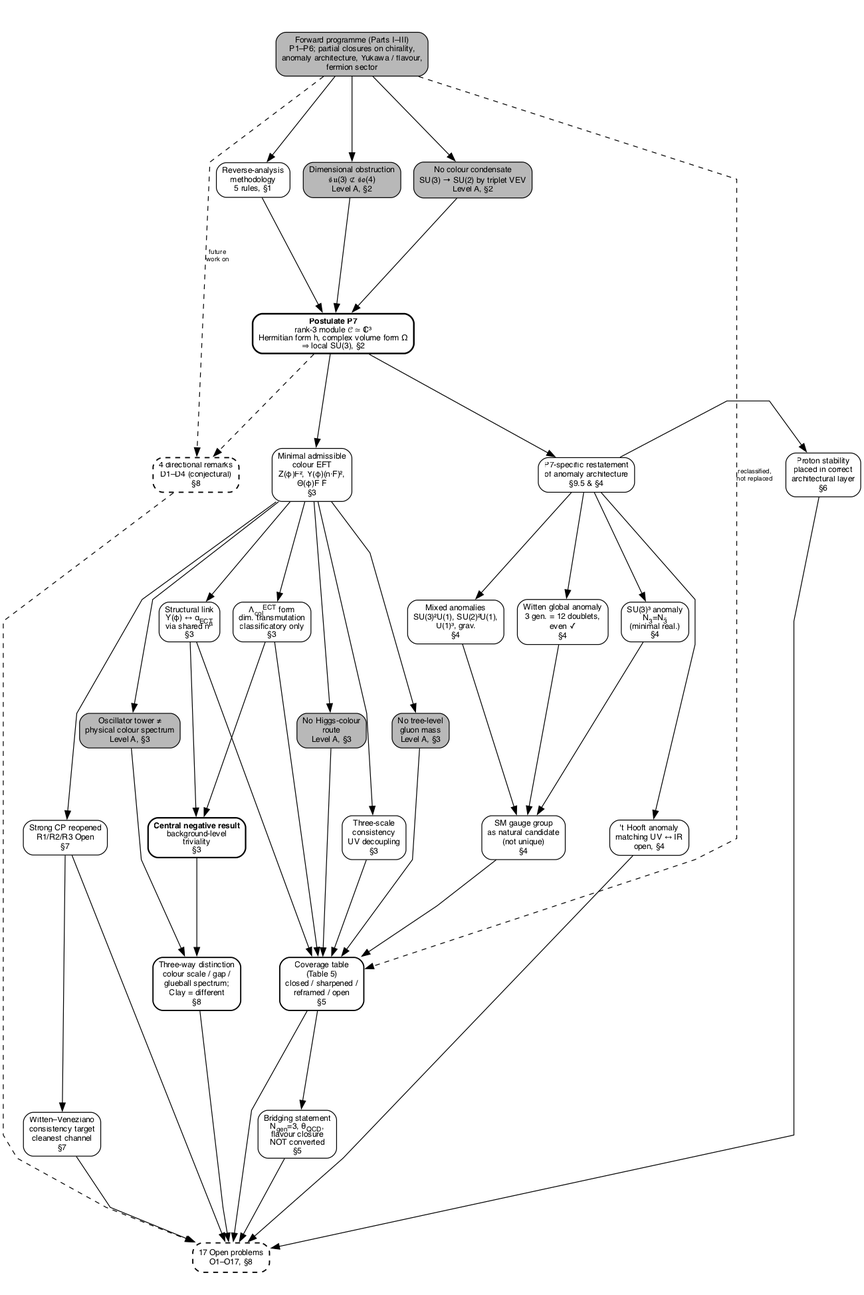
Earlier version of the Graphviz export figures/fig_partIV_derivation_logic.png (chufelo/ECT-preprint-code). Its source is kept beside it as scripts/fig_partIV_derivation_logic.gv.
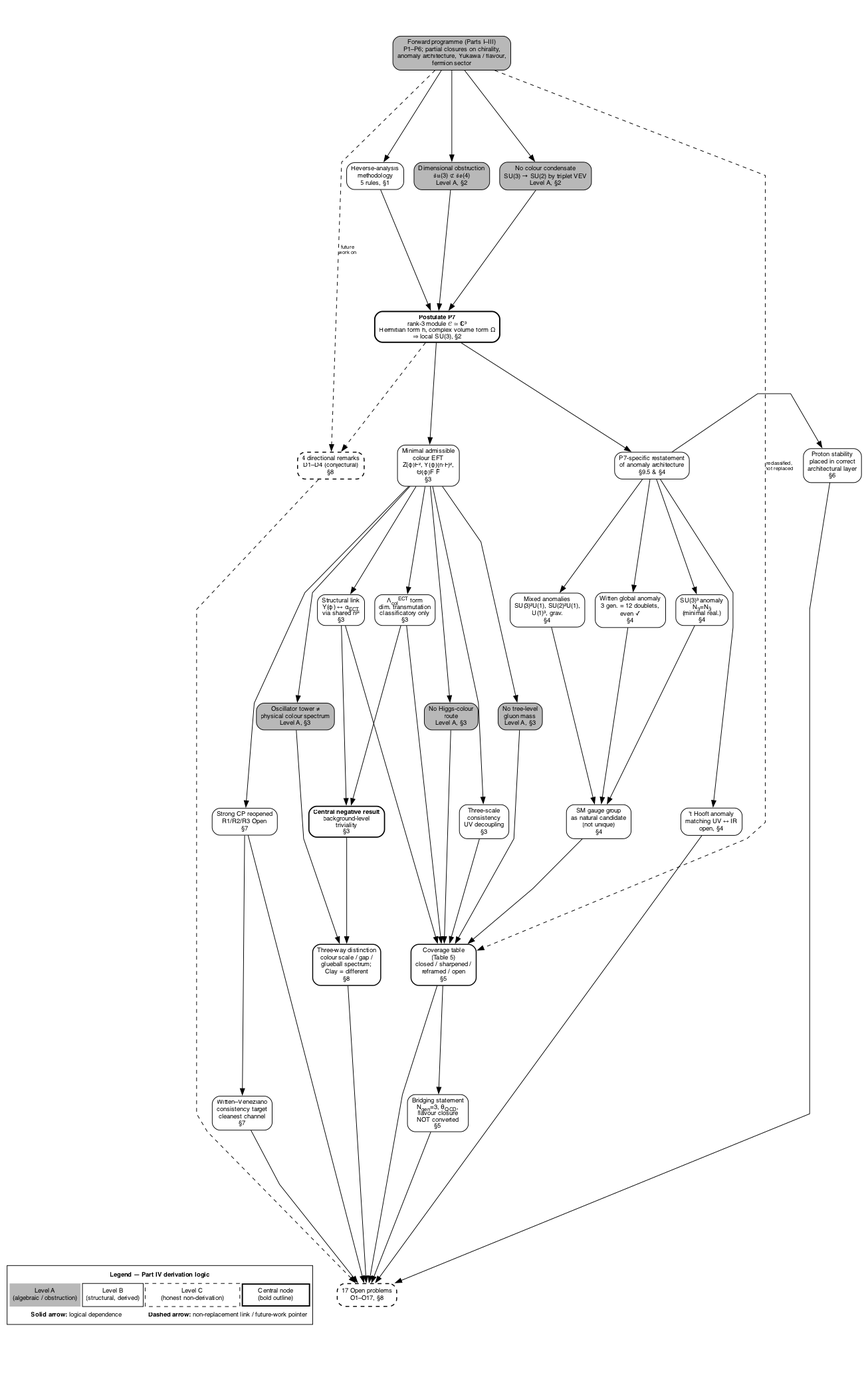
The same file after the commit.

Commit message:
Part IV figure: embed legend as HTML-table node (Part-II-style), reduce vertical gaps

Change to the diagram source:
```diff
@@ -1,13 +1,13 @@
 digraph PartIV {
   rankdir=TB;
   fontname="Helvetica";
-  size="6.5,10!";
+  size="6.5,10.5!";
   ratio=fill;
   node [fontname="Helvetica", fontsize=10, shape=box, style="rounded,filled", margin="0.10,0.06"];
   edge [fontname="Helvetica", fontsize=8, color="black", penwidth=1.0];
   splines=polyline;
   nodesep=0.22;
-  ranksep=0.12;
+  ranksep=0.09;
   newrank=true;
   labeljust=c;
 
@@ -119,7 +119,6 @@
 
   min_eft -> y_alpha;
   min_eft -> lambda_col;
-
   y_alpha -> triviality;
   lambda_col -> triviality;
   min_eft -> three_scale;
@@ -160,4 +159,23 @@
   edge [style=dashed, color="black"];
   forward_inputs -> coverage [label="reclassified,\nnot replaced"];
   forward_inputs -> directional [label="future\nwork on"];
+
+  node [shape=plaintext, style="", fillcolor=white, penwidth=1.0];
+  legend [label=<
+    <TABLE BORDER="1" CELLBORDER="0" CELLSPACING="3" CELLPADDING="5" COLOR="black">
+      <TR><TD COLSPAN="4"><B>Legend — Part IV derivation logic</B></TD></TR>
+      <TR>
+        <TD BGCOLOR="#b8b8b8">Level A<BR/>(algebraic / obstruction)</TD>
+        <TD BGCOLOR="#ffffff" BORDER="1">Level B<BR/>(structural, derived)</TD>
+        <TD BORDER="1" STYLE="DASHED">Level C<BR/>(honest non-derivation)</TD>
+        <TD BGCOLOR="#ffffff" BORDER="2">Central node<BR/>(bold outline)</TD>
+      </TR>
+      <TR>
+        <TD COLSPAN="2"><B>Solid arrow:</B> logical dependence</TD>
+        <TD COLSPAN="2"><B>Dashed arrow:</B> non-replacement link / future-work pointer</TD>
+      </TR>
+    </TABLE>
+  >];
+  {rank=same; legend; openlist}
+  legend -> openlist [style=invis, weight=100];
 }
```
